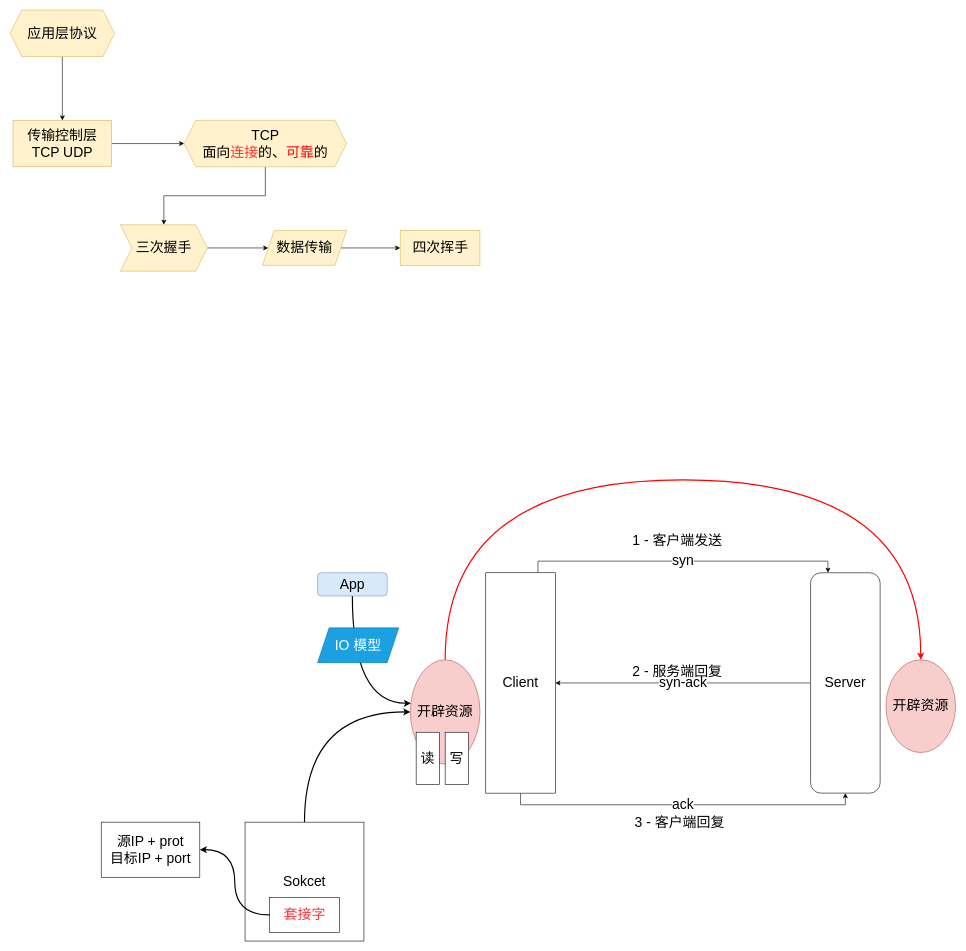
lynxlangya/diawio-folder keeps this draw.io diagram as 计算机网络/TPC、IP理解流程图.drawio. Above is the earlier version. Source tidied: cells renumbered, new cells numbered last; positions are measured from the earlier drawing's top-left corner, leaving out a move shared by most shapes. Both pictures are drawn from the tidied source at 58%, with x=0, y=0 at pixel (10, 10).
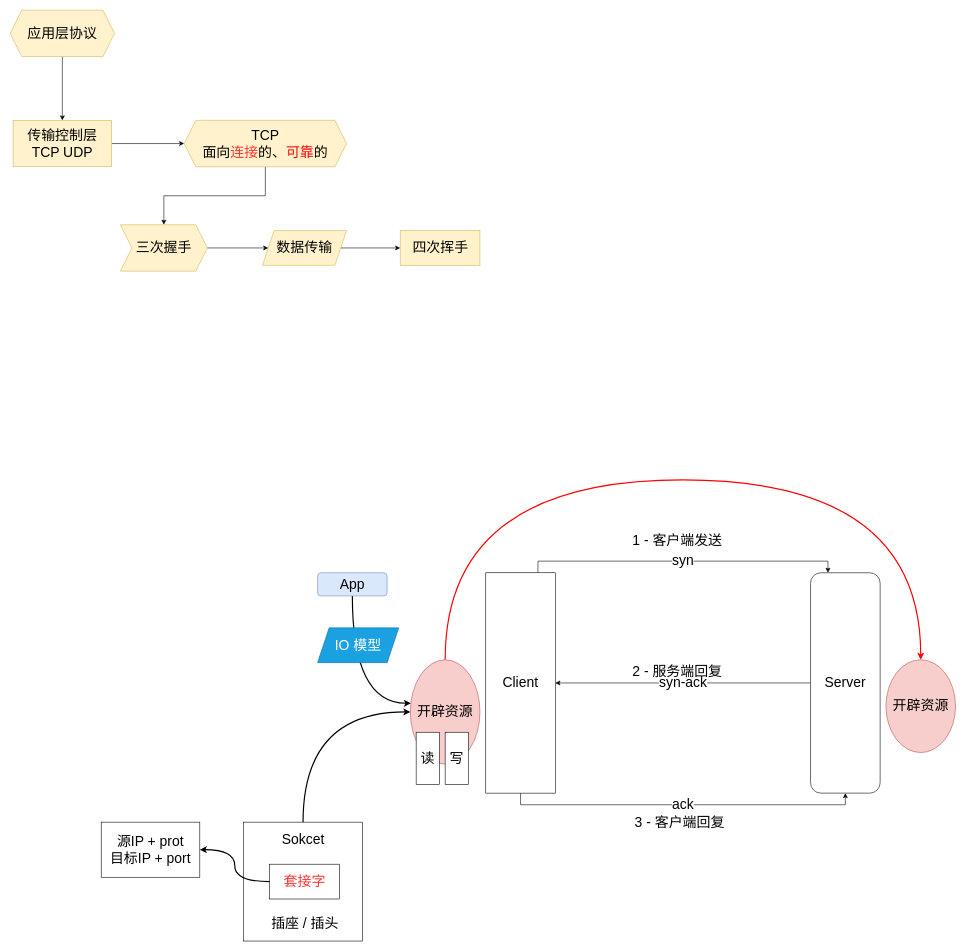
Above is the later version.

Commit message:
更新TPC、IP理解流程图.drawio

Diff of the diagram source:
```diff
@@
-    <mxCell id="25" value="&lt;font style=&quot;font-size: 24px&quot;&gt;Sokcet&lt;br&gt;&lt;/font&gt;" style="whiteSpace=wrap;html=1;" parent="1" vertex="1">
-      <mxGeometry x="405" y="1400" width="205" height="205" as="geometry" />
+    <mxCell id="25" value="&lt;font style=&quot;font-size: 24px&quot;&gt;&lt;br&gt;&lt;/font&gt;" style="whiteSpace=wrap;html=1;" parent="1" vertex="1">
+      <mxGeometry x="402.5" y="1400" width="205" height="205" as="geometry" />
     </mxCell>
@@
     <mxCell id="33" value="套接字" style="rounded=0;whiteSpace=wrap;html=1;fontSize=24;fontColor=#FF3333;" parent="1" vertex="1">
-      <mxGeometry x="447.5" y="1530" width="120" height="60" as="geometry" />
+      <mxGeometry x="447.5" y="1472.5" width="120" height="60" as="geometry" />
     </mxCell>
+    <mxCell id="34" value="&lt;font color=&quot;#000000&quot;&gt;Sokcet&lt;/font&gt;" style="text;html=1;align=center;verticalAlign=middle;strokeColor=none;fillColor=none;fontSize=24;fontColor=#FF3333;" parent="1" vertex="1">
+      <mxGeometry x="460" y="1415" width="90" height="30" as="geometry" />
+    </mxCell>
+    <mxCell id="35" value="插座 / 插头" style="text;html=1;align=center;verticalAlign=middle;strokeColor=none;fillColor=none;fontSize=24;fontColor=#000000;" parent="1" vertex="1">
+      <mxGeometry x="442.5" y="1560" width="130" height="30" as="geometry" />
+    </mxCell>
```
